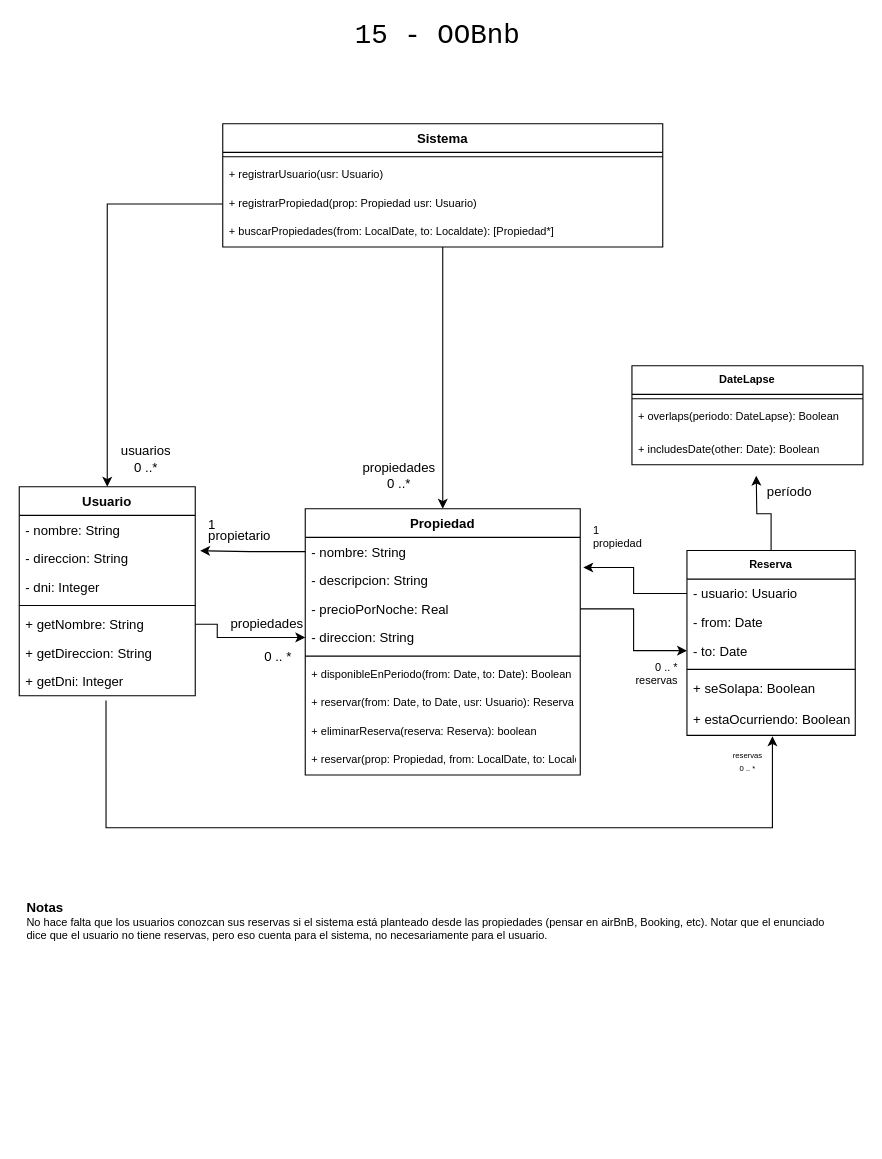
This is DiagramasUML/ej15-uml.drawio from Numa-diazdiva/OO1-ejercicios, a draw.io file, before an edit. Source tidied: cells renumbered, new cells numbered last; positions are measured from the earlier drawing's top-left corner, leaving out a move shared by most shapes. Both pictures are drawn from the tidied source at 110%, with x=0, y=0 at pixel (19, 24).
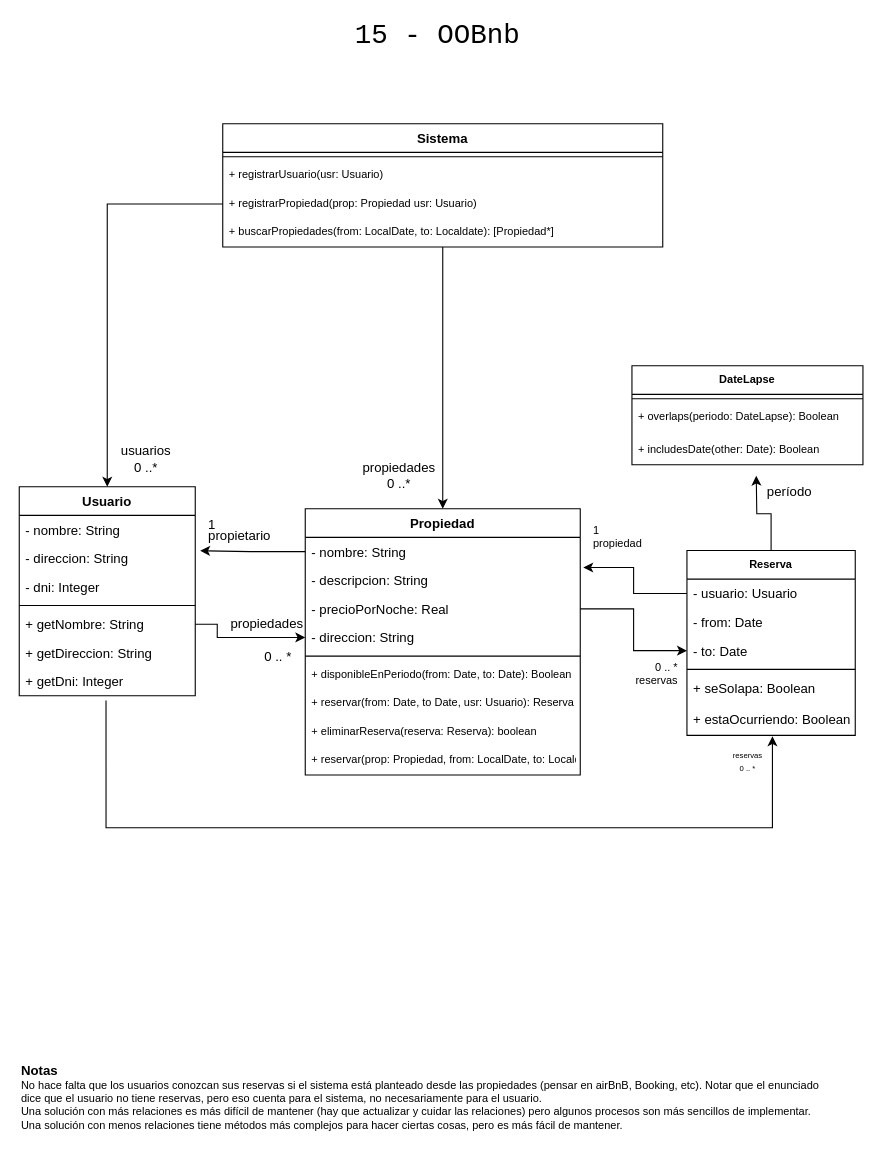
The same page after the edit.

The edit, as a diff of the source:
```diff
@@
-    <mxCell id="52" value="&lt;font style=&quot;font-size: 12px;&quot;&gt;&lt;b&gt;Notas&lt;/b&gt;&lt;br&gt;&lt;/font&gt;No hace falta que los usuarios conozcan sus reservas si el sistema está planteado desde las propiedades (pensar en airBnB, Booking, etc). Notar que el enunciado&lt;br&gt;dice que el usuario no tiene reservas, pero eso cuenta para el sistema, no necesariamente para el usuario." style="text;html=1;align=left;verticalAlign=middle;strokeColor=none;fillColor=none;fontSize=10;" parent="1" vertex="1">
-      <mxGeometry x="5" y="790" width="750" height="50" as="geometry" />
+    <mxCell id="52" value="&lt;font style=&quot;font-size: 12px;&quot;&gt;&lt;b&gt;Notas&lt;/b&gt;&lt;br&gt;&lt;/font&gt;No hace falta que los usuarios conozcan sus reservas si el sistema está planteado desde las propiedades (pensar en airBnB, Booking, etc). Notar que el enunciado&lt;br&gt;dice que el usuario no tiene reservas, pero eso cuenta para el sistema, no necesariamente para el usuario.&lt;br&gt;Una solución con más relaciones es más difícil de mantener (hay que actualizar y cuidar las relaciones) pero algunos procesos son más sencillos de implementar. &lt;br&gt;Una solución con menos relaciones tiene métodos más complejos para hacer ciertas cosas, pero es más fácil de mantener." style="text;html=1;align=left;verticalAlign=middle;strokeColor=none;fillColor=none;fontSize=10;" parent="1" vertex="1">
+      <mxGeometry y="935" width="750" height="80" as="geometry" />
     </mxCell>
```
